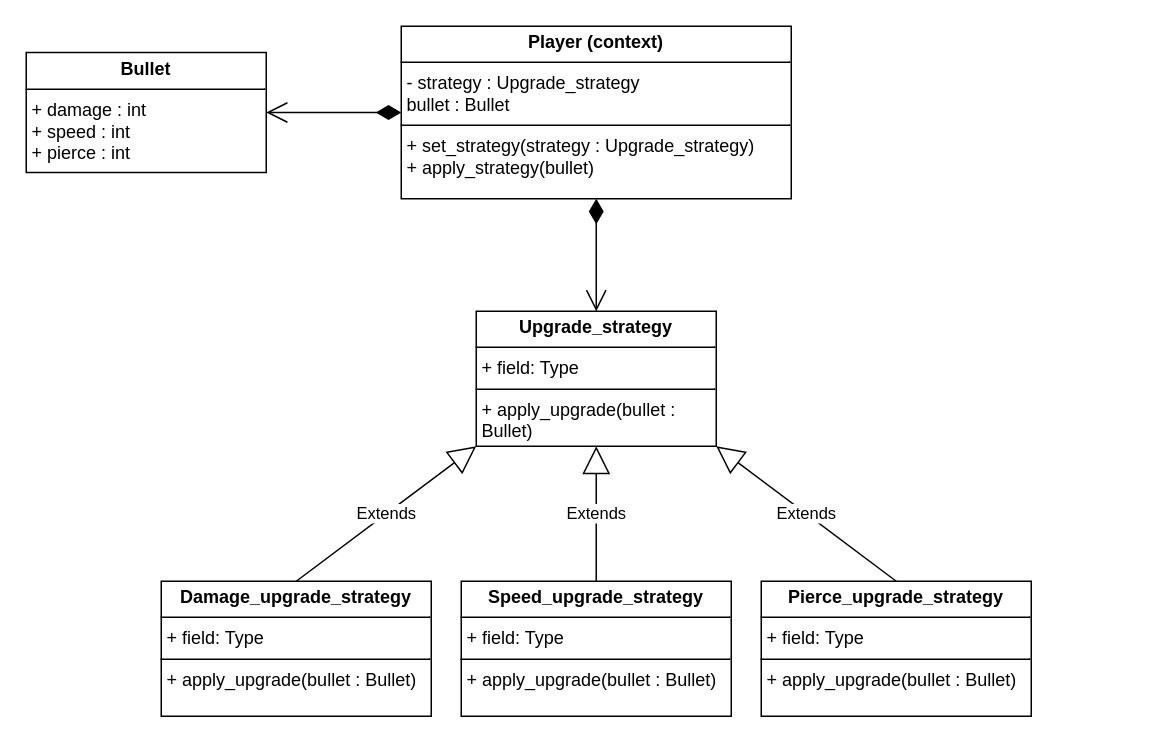
The draw.io diagram A7UML.drawio in Mackenzie-Beck/CS3610, before the edit. Source tidied: cells renumbered, new cells numbered last; positions are measured from the earlier drawing's top-left corner, leaving out a move shared by most shapes. Both pictures are drawn from the tidied source at 150%, with x=0, y=0 at pixel (26, 26).
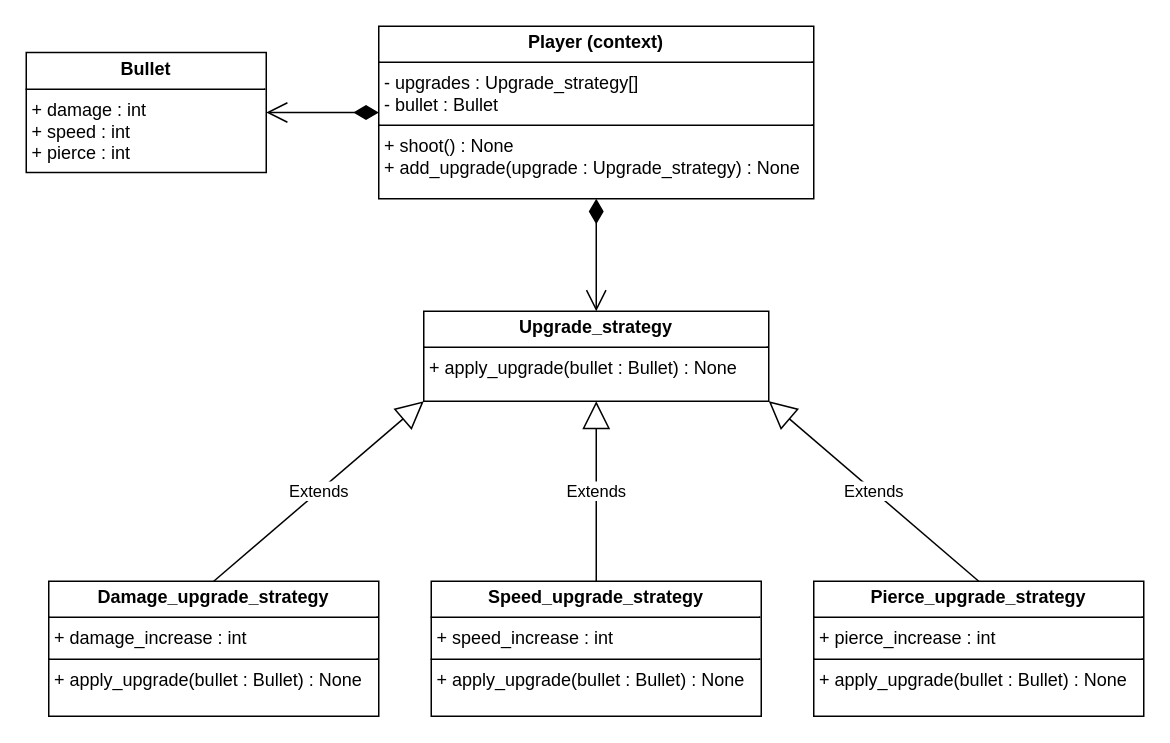
Above is the later version.

What changed in the source:
```diff
@@
 <mxGraphModel>
   <root>
     <mxCell id="0" />
     <mxCell id="1" parent="0" />
     <mxCell id="2" value="&lt;p style=&quot;margin:0px;margin-top:4px;text-align:center;&quot;&gt;&lt;b&gt;Bullet&lt;/b&gt;&lt;/p&gt;&lt;hr size=&quot;1&quot; style=&quot;border-style:solid;&quot;&gt;&lt;p style=&quot;margin:0px;margin-left:4px;&quot;&gt;+ damage : int&lt;/p&gt;&lt;p style=&quot;margin:0px;margin-left:4px;&quot;&gt;+ speed : int&lt;/p&gt;&lt;p style=&quot;margin:0px;margin-left:4px;&quot;&gt;+ pierce : int&lt;/p&gt;" style="verticalAlign=top;align=left;overflow=fill;html=1;whiteSpace=wrap;" parent="1" vertex="1">
       <mxGeometry y="17.5" width="160" height="80" as="geometry" />
     </mxCell>
-    <mxCell id="3" value="&lt;p style=&quot;margin:0px;margin-top:4px;text-align:center;&quot;&gt;&lt;b&gt;Upgrade_strategy&lt;/b&gt;&lt;/p&gt;&lt;hr size=&quot;1&quot; style=&quot;border-style:solid;&quot;&gt;&lt;p style=&quot;margin:0px;margin-left:4px;&quot;&gt;+ field: Type&lt;/p&gt;&lt;hr size=&quot;1&quot; style=&quot;border-style:solid;&quot;&gt;&lt;p style=&quot;margin:0px;margin-left:4px;&quot;&gt;+ apply_upgrade(bullet : Bullet)&lt;/p&gt;" style="verticalAlign=top;align=left;overflow=fill;html=1;whiteSpace=wrap;" parent="1" vertex="1">
-      <mxGeometry x="300" y="190" width="160" height="90" as="geometry" />
+    <mxCell id="3" value="&lt;p style=&quot;margin:0px;margin-top:4px;text-align:center;&quot;&gt;&lt;b&gt;Upgrade_strategy&lt;/b&gt;&lt;/p&gt;&lt;hr size=&quot;1&quot; style=&quot;border-style:solid;&quot;&gt;&lt;p style=&quot;margin:0px;margin-left:4px;&quot;&gt;+ apply_upgrade(bullet : Bullet) : None&lt;/p&gt;" style="verticalAlign=top;align=left;overflow=fill;html=1;whiteSpace=wrap;" parent="1" vertex="1">
+      <mxGeometry x="265" y="190" width="230" height="60" as="geometry" />
     </mxCell>
-    <mxCell id="4" value="&lt;p style=&quot;margin:0px;margin-top:4px;text-align:center;&quot;&gt;&lt;b&gt;Damage_upgrade_strategy&lt;/b&gt;&lt;/p&gt;&lt;hr size=&quot;1&quot; style=&quot;border-style:solid;&quot;&gt;&lt;p style=&quot;margin:0px;margin-left:4px;&quot;&gt;+ field: Type&lt;/p&gt;&lt;hr size=&quot;1&quot; style=&quot;border-style:solid;&quot;&gt;&lt;p style=&quot;margin:0px;margin-left:4px;&quot;&gt;+ apply_upgrade(bullet : Bullet)&lt;/p&gt;" style="verticalAlign=top;align=left;overflow=fill;html=1;whiteSpace=wrap;" parent="1" vertex="1">
-      <mxGeometry x="90" y="370" width="180" height="90" as="geometry" />
+    <mxCell id="4" value="&lt;p style=&quot;margin:0px;margin-top:4px;text-align:center;&quot;&gt;&lt;b&gt;Damage_upgrade_strategy&lt;/b&gt;&lt;/p&gt;&lt;hr size=&quot;1&quot; style=&quot;border-style:solid;&quot;&gt;&lt;p style=&quot;margin:0px;margin-left:4px;&quot;&gt;+ damage_increase : int&lt;/p&gt;&lt;hr size=&quot;1&quot; style=&quot;border-style:solid;&quot;&gt;&lt;p style=&quot;margin:0px;margin-left:4px;&quot;&gt;+ apply_upgrade(bullet : Bullet) : None&lt;/p&gt;" style="verticalAlign=top;align=left;overflow=fill;html=1;whiteSpace=wrap;" parent="1" vertex="1">
+      <mxGeometry x="15" y="370" width="220" height="90" as="geometry" />
     </mxCell>
-    <mxCell id="5" value="&lt;p style=&quot;margin:0px;margin-top:4px;text-align:center;&quot;&gt;&lt;b&gt;Speed_upgrade_strategy&lt;/b&gt;&lt;/p&gt;&lt;hr size=&quot;1&quot; style=&quot;border-style:solid;&quot;&gt;&lt;p style=&quot;margin:0px;margin-left:4px;&quot;&gt;+ field: Type&lt;/p&gt;&lt;hr size=&quot;1&quot; style=&quot;border-style:solid;&quot;&gt;&lt;p style=&quot;margin:0px;margin-left:4px;&quot;&gt;+ apply_upgrade(bullet : Bullet)&lt;/p&gt;" style="verticalAlign=top;align=left;overflow=fill;html=1;whiteSpace=wrap;" parent="1" vertex="1">
-      <mxGeometry x="290" y="370" width="180" height="90" as="geometry" />
+    <mxCell id="5" value="&lt;p style=&quot;margin:0px;margin-top:4px;text-align:center;&quot;&gt;&lt;b&gt;Speed_upgrade_strategy&lt;/b&gt;&lt;/p&gt;&lt;hr size=&quot;1&quot; style=&quot;border-style:solid;&quot;&gt;&lt;p style=&quot;margin:0px;margin-left:4px;&quot;&gt;+ speed_increase : int&lt;/p&gt;&lt;hr size=&quot;1&quot; style=&quot;border-style:solid;&quot;&gt;&lt;p style=&quot;margin:0px;margin-left:4px;&quot;&gt;+ apply_upgrade(bullet : Bullet) : None&lt;/p&gt;" style="verticalAlign=top;align=left;overflow=fill;html=1;whiteSpace=wrap;" parent="1" vertex="1">
+      <mxGeometry x="270" y="370" width="220" height="90" as="geometry" />
     </mxCell>
-    <mxCell id="6" value="&lt;p style=&quot;margin:0px;margin-top:4px;text-align:center;&quot;&gt;&lt;b&gt;Pierce_upgrade_strategy&lt;/b&gt;&lt;/p&gt;&lt;hr size=&quot;1&quot; style=&quot;border-style:solid;&quot;&gt;&lt;p style=&quot;margin:0px;margin-left:4px;&quot;&gt;+ field: Type&lt;/p&gt;&lt;hr size=&quot;1&quot; style=&quot;border-style:solid;&quot;&gt;&lt;p style=&quot;margin:0px;margin-left:4px;&quot;&gt;+ apply_upgrade(bullet : Bullet)&lt;/p&gt;" style="verticalAlign=top;align=left;overflow=fill;html=1;whiteSpace=wrap;" parent="1" vertex="1">
-      <mxGeometry x="490" y="370" width="180" height="90" as="geometry" />
+    <mxCell id="6" value="&lt;p style=&quot;margin:0px;margin-top:4px;text-align:center;&quot;&gt;&lt;b&gt;Pierce_upgrade_strategy&lt;/b&gt;&lt;/p&gt;&lt;hr size=&quot;1&quot; style=&quot;border-style:solid;&quot;&gt;&lt;p style=&quot;margin:0px;margin-left:4px;&quot;&gt;+ pierce_increase : int&lt;/p&gt;&lt;hr size=&quot;1&quot; style=&quot;border-style:solid;&quot;&gt;&lt;p style=&quot;margin:0px;margin-left:4px;&quot;&gt;+ apply_upgrade(bullet : Bullet) : None&lt;/p&gt;" style="verticalAlign=top;align=left;overflow=fill;html=1;whiteSpace=wrap;" parent="1" vertex="1">
+      <mxGeometry x="525" y="370" width="220" height="90" as="geometry" />
     </mxCell>
-    <mxCell id="7" value="&lt;p style=&quot;margin:0px;margin-top:4px;text-align:center;&quot;&gt;&lt;b&gt;Player (context)&lt;/b&gt;&lt;/p&gt;&lt;hr size=&quot;1&quot; style=&quot;border-style:solid;&quot;&gt;&lt;p style=&quot;margin:0px;margin-left:4px;&quot;&gt;- strategy : Upgrade_strategy&lt;/p&gt;&lt;p style=&quot;margin:0px;margin-left:4px;&quot;&gt;bullet : Bullet&lt;/p&gt;&lt;hr style=&quot;border-style: solid;&quot; size=&quot;1&quot;&gt;&lt;p style=&quot;margin: 0px 0px 0px 4px;&quot;&gt;+ set_strategy(strategy : Upgrade_strategy)&lt;/p&gt;&lt;p style=&quot;margin: 0px 0px 0px 4px;&quot;&gt;+ apply_strategy(bullet)&lt;/p&gt;" style="verticalAlign=top;align=left;overflow=fill;html=1;whiteSpace=wrap;" parent="1" vertex="1">
-      <mxGeometry x="250" width="260" height="115" as="geometry" />
+    <mxCell id="7" value="&lt;p style=&quot;margin:0px;margin-top:4px;text-align:center;&quot;&gt;&lt;b&gt;Player (context)&lt;/b&gt;&lt;/p&gt;&lt;hr size=&quot;1&quot; style=&quot;border-style:solid;&quot;&gt;&lt;p style=&quot;margin:0px;margin-left:4px;&quot;&gt;- upgrades : Upgrade_strategy[]&lt;/p&gt;&lt;p style=&quot;margin:0px;margin-left:4px;&quot;&gt;- bullet : Bullet&lt;/p&gt;&lt;hr style=&quot;border-style: solid;&quot; size=&quot;1&quot;&gt;&lt;p style=&quot;margin: 0px 0px 0px 4px;&quot;&gt;+ shoot() : None&lt;/p&gt;&lt;p style=&quot;margin: 0px 0px 0px 4px;&quot;&gt;+ add_upgrade(upgrade : Upgrade_strategy) : None&lt;/p&gt;" style="verticalAlign=top;align=left;overflow=fill;html=1;whiteSpace=wrap;" parent="1" vertex="1">
+      <mxGeometry x="235" width="290" height="115" as="geometry" />
     </mxCell>
     <mxCell id="8" style="endArrow=open;html=1;endSize=12;startArrow=diamondThin;startSize=14;startFill=1;edgeStyle=orthogonalEdgeStyle;align=left;verticalAlign=bottom;rounded=0;exitX=0;exitY=0.5;exitDx=0;exitDy=0;entryX=1;entryY=0.5;entryDx=0;entryDy=0;" parent="1" edge="1" source="7" target="2">
       <mxGeometry x="-1" y="3" relative="1" as="geometry" />
     </mxCell>
     <mxCell id="9" style="endArrow=open;html=1;endSize=12;startArrow=diamondThin;startSize=14;startFill=1;edgeStyle=orthogonalEdgeStyle;align=left;verticalAlign=bottom;rounded=0;exitX=0.5;exitY=1;exitDx=0;exitDy=0;entryX=0.5;entryY=0;entryDx=0;entryDy=0;" parent="1" edge="1" source="7" target="3">
       <mxGeometry x="-1" y="3" relative="1" as="geometry" />
     </mxCell>
     <mxCell id="10" value="Extends" style="endArrow=block;endSize=16;endFill=0;html=1;rounded=0;exitX=0.5;exitY=0;exitDx=0;exitDy=0;entryX=0;entryY=1;entryDx=0;entryDy=0;" parent="1" edge="1" source="4" target="3">
       <mxGeometry relative="1" as="geometry" />
     </mxCell>
     <mxCell id="11" value="Extends" style="endArrow=block;endSize=16;endFill=0;html=1;rounded=0;exitX=0.5;exitY=0;exitDx=0;exitDy=0;entryX=0.5;entryY=1;entryDx=0;entryDy=0;" parent="1" edge="1" source="5" target="3">
       <mxGeometry relative="1" as="geometry" />
     </mxCell>
     <mxCell id="12" value="Extends" style="endArrow=block;endSize=16;endFill=0;html=1;rounded=0;exitX=0.5;exitY=0;exitDx=0;exitDy=0;entryX=1;entryY=1;entryDx=0;entryDy=0;" parent="1" edge="1" source="6" target="3">
       <mxGeometry relative="1" as="geometry" />
     </mxCell>
   </root>
 </mxGraphModel>
```
